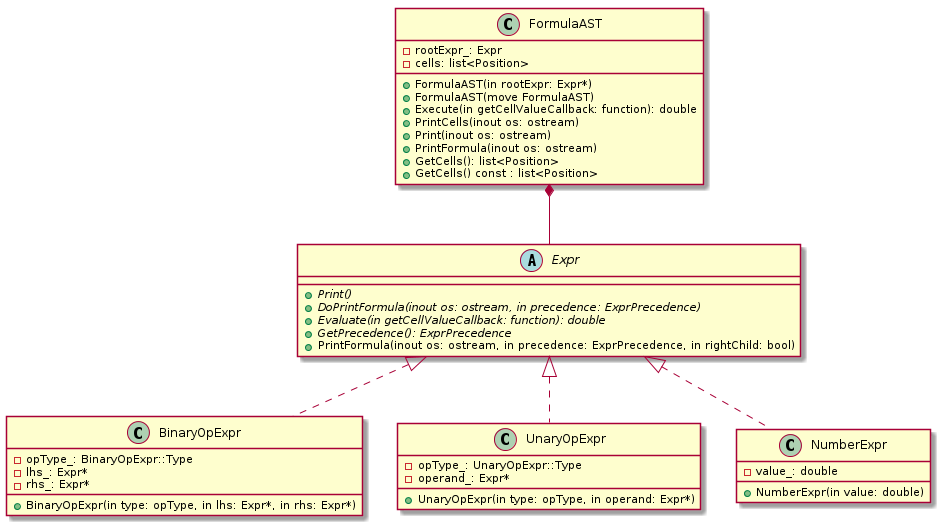
Earlier version of the PlantUML export uml/png/formulaAst.png (kazarynau/YandexPraktikumFinal).
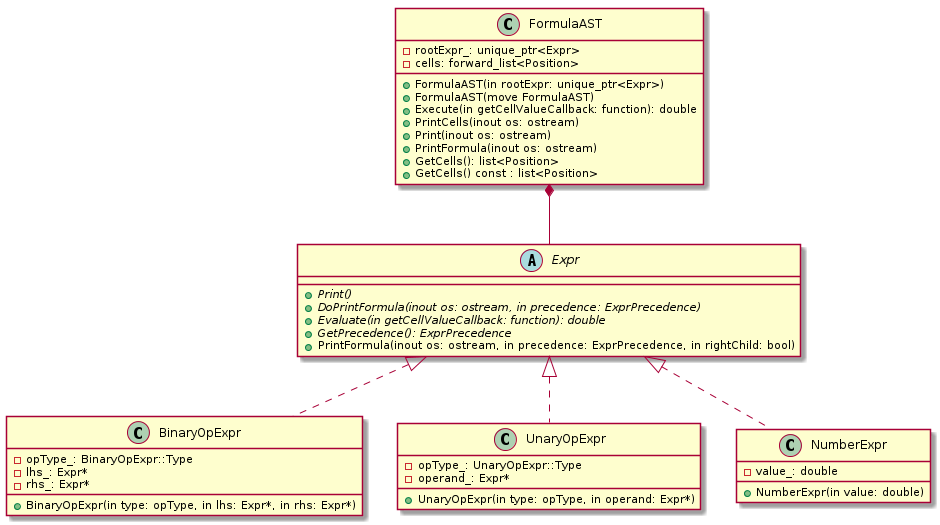
The same file after the commit.

Change to the diagram source:
```diff
@@ -32,7 +32,7 @@
 
 
 class FormulaAST {
-    +FormulaAST(in rootExpr: Expr*)
+    +FormulaAST(in rootExpr: unique_ptr<Expr>)
     +FormulaAST(move FormulaAST)
     +Execute(in getCellValueCallback: function): double
     +PrintCells(inout os: ostream)
@@ -40,8 +40,9 @@
     +PrintFormula(inout os: ostream)
     +GetCells(): list<Position>
     +GetCells() const : list<Position>
-    -rootExpr_: Expr
-    -cells: list<Position>
+
+    -rootExpr_: unique_ptr<Expr>
+    -cells: forward_list<Position>
 }
 
 FormulaAST *-r- Expr
```
